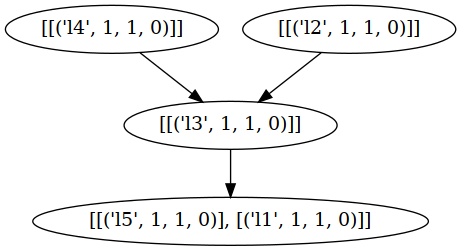
Above: task_network.png in XushengLuo92/Hierarchical-LTL (Graphviz), before the change. Its source is kept beside it as task_network.dot.
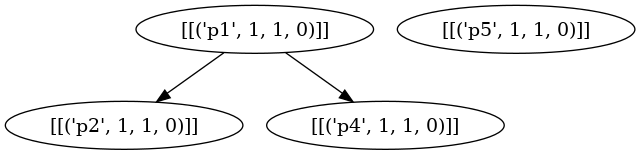
Later version of the same file.

Change to the diagram source:
```diff
@@ -1,10 +1,9 @@
 strict digraph "" {
 	node [label="\N"];
-	"('l100', 1)"	[label="[[('l4', 1, 1, 0)]]"];
-	"('l200', 1)"	[label="[[('l3', 1, 1, 0)]]"];
-	"('l100', 1)" -> "('l200', 1)";
-	"('l100', 2)"	[label="[[('l2', 1, 1, 0)]]"];
-	"('l100', 2)" -> "('l200', 1)";
-	"('l200', 2)"	[label="[[('l5', 1, 1, 0)], [('l1', 1, 1, 0)]]"];
-	"('l200', 1)" -> "('l200', 2)";
+	"('p0', 3)"	[label="[[('p1', 1, 1, 0)]]"];
+	"('p100', 1)"	[label="[[('p2', 1, 1, 0)]]"];
+	"('p0', 3)" -> "('p100', 1)";
+	"('p200', 1)"	[label="[[('p4', 1, 1, 0)]]"];
+	"('p0', 3)" -> "('p200', 1)";
+	"('p300', 1)"	[label="[[('p5', 1, 1, 0)]]"];
 }
```
